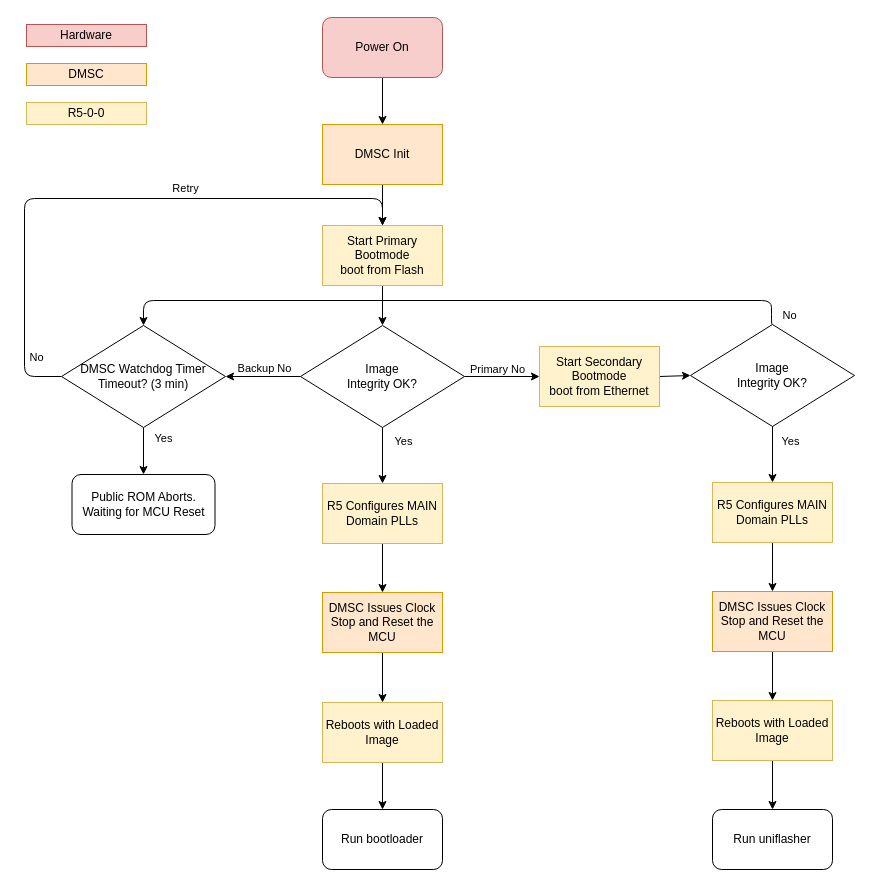
The draw.io diagram schematic/05-sw-flow-device-booting.drawio in petrkucerak/diplom-thesis, before the edit. Source tidied: cells renumbered, new cells numbered last; positions are measured from the earlier drawing's top-left corner, leaving out a move shared by most shapes. Both pictures are drawn from the tidied source at 100%, with x=0, y=0 at pixel (24, 17).
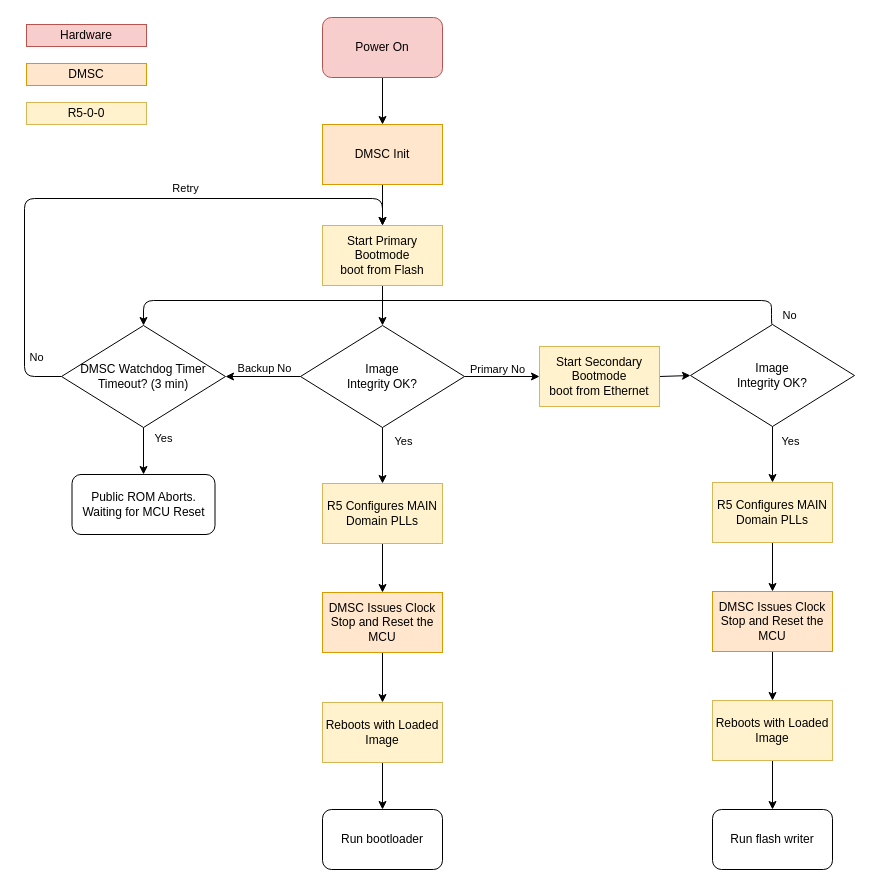
The same page after the edit.

Commit message (it also covers changes not shown here):
Migrat from uniflasher to flash writer

What changed in the source:
```diff
@@
-    <mxCell id="45" value="Run uniflasher" style="rounded=1;whiteSpace=wrap;html=1;" parent="1" vertex="1">
+    <mxCell id="45" value="Run flash writer" style="rounded=1;whiteSpace=wrap;html=1;" parent="1" vertex="1">
       <mxGeometry x="688" y="792" width="120" height="60" as="geometry" />
     </mxCell>
```
